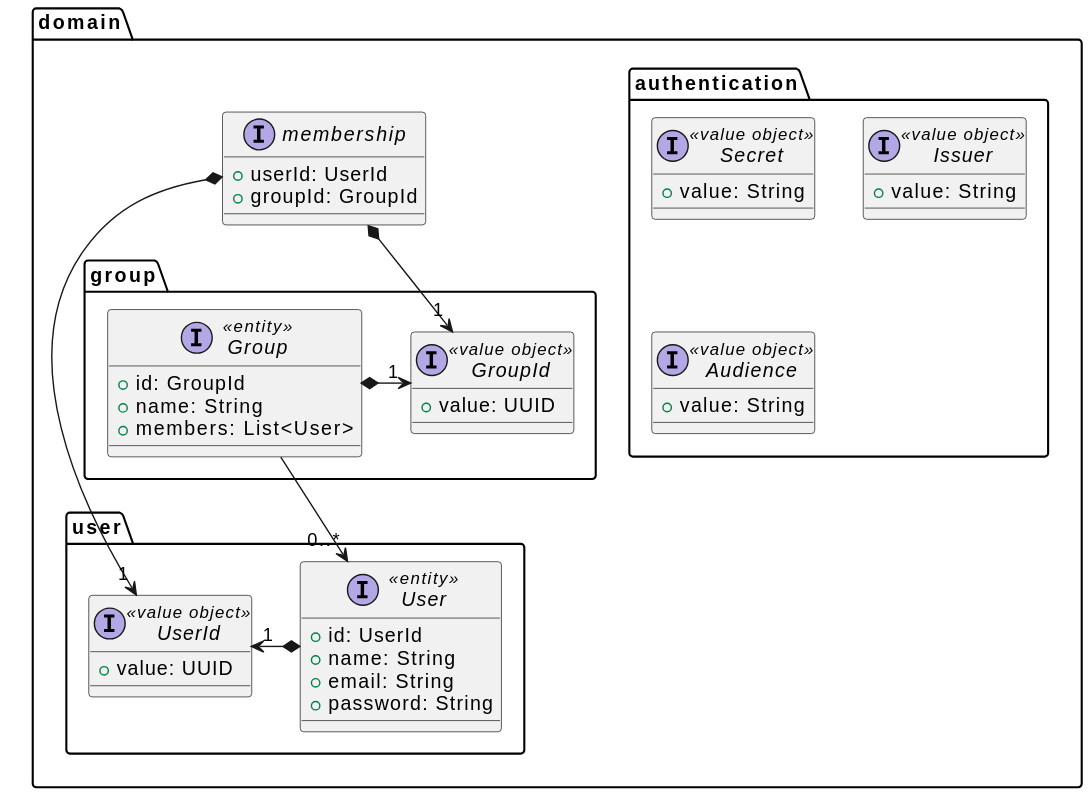
This is res/user-group-service-structure-light.svg from position-pal/position-pal.github.io, a PlantUML export, as it was before one commit.
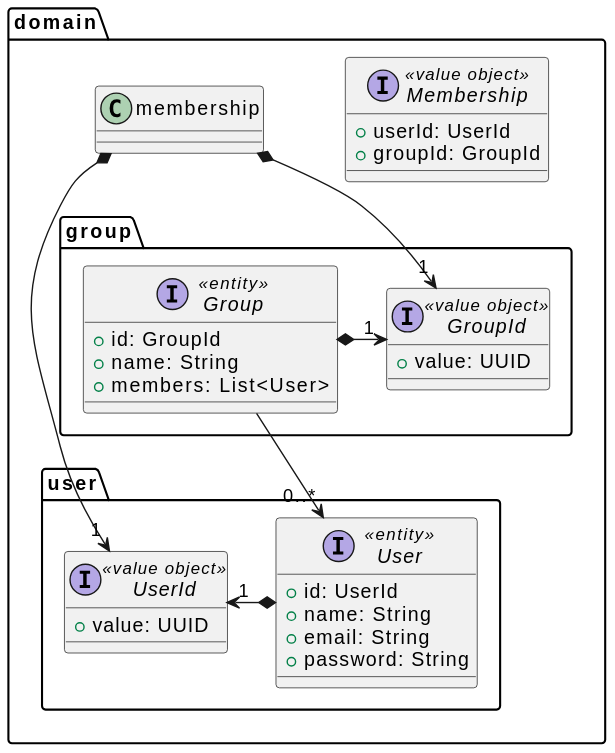
After the commit.

The edit, as a diff of the source:
```diff
@@ -14,19 +14,7 @@
   }
 
 
-  package authentication {
-      interface Secret <<value object>> {
-          + value: String
-      }
-      interface Issuer <<value object>> {
-          + value: String
-      }
-      interface Audience <<value object>> {
-          + value: String
-      }
-  }
-
-  interface membership {
+  interface Membership <<value object>>{
     + userId: UserId
     + groupId: GroupId
   }
```
